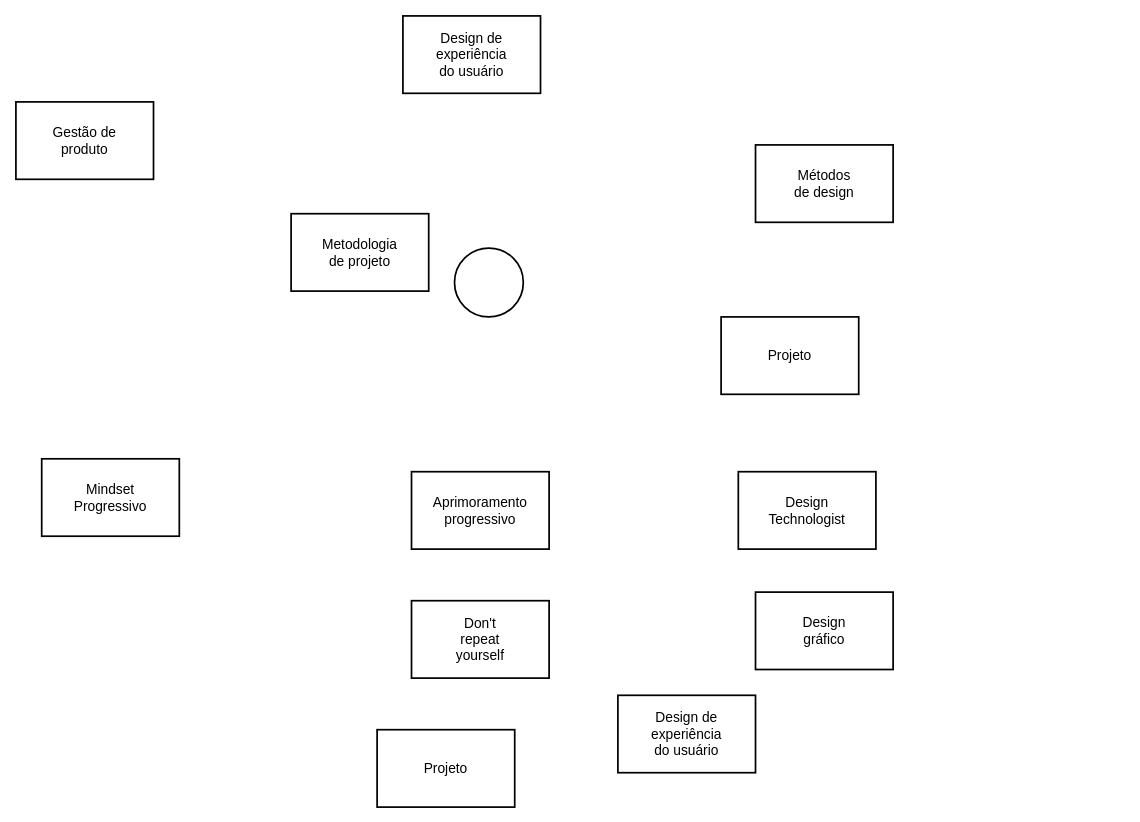
pegandoasmanhas/pam keeps this draw.io diagram as page "Page-16" (12 of 13) of src/pam.drawio. Above is the earlier version. Source tidied: cells renumbered, new cells numbered last; positions are measured from the earlier drawing's top-left corner, leaving out a move shared by most shapes. Both pictures are drawn from the tidied source at 86%, with x=0, y=0 at pixel (15, 15).
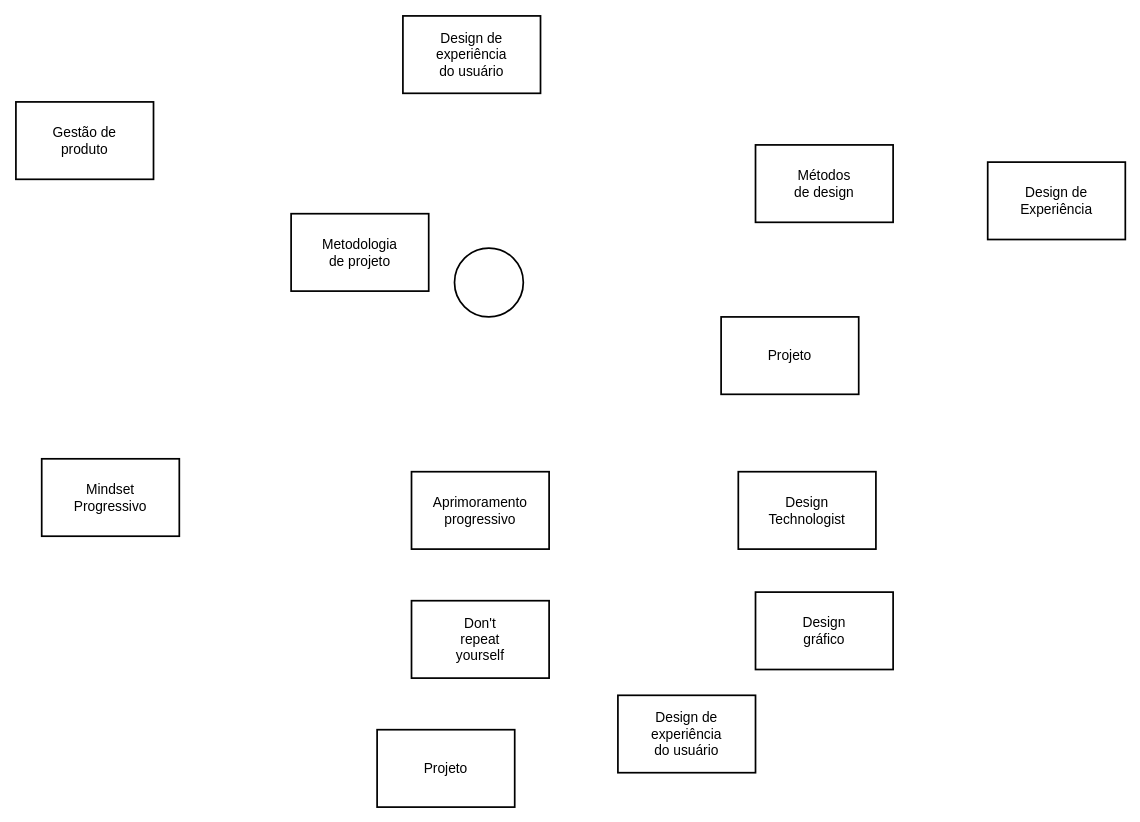
After the change.

Change to the diagram source:
```diff
@@
 <mxGraphModel>
   <root>
     <mxCell id="0" />
     <mxCell id="1" parent="0" />
     <mxCell id="2" style="ellipse;whiteSpace=wrap;html=1;strokeWidth=2;" parent="1" vertex="1">
       <mxGeometry x="510" y="270" width="80" height="80" as="geometry" />
     </mxCell>
     <mxCell id="3" value="Design Technologist" style="rounded=0;whiteSpace=wrap;html=1;strokeWidth=2;fontSize=16;spacing=20;spacingTop=20;spacingLeft=20;spacingRight=20;verticalAlign=middle;spacingBottom=20;align=center;" parent="1" vertex="1">
       <mxGeometry x="840" y="530" width="160" height="90" as="geometry" />
     </mxCell>
     <mxCell id="4" value="Mindset Progressivo" style="rounded=0;whiteSpace=wrap;html=1;strokeWidth=2;fontSize=16;spacing=20;spacingTop=20;spacingLeft=20;spacingRight=20;verticalAlign=middle;spacingBottom=20;align=center;" parent="1" vertex="1">
       <mxGeometry x="30" y="515" width="160" height="90" as="geometry" />
     </mxCell>
     <mxCell id="5" value="Aprimoramento progressivo" style="rounded=0;whiteSpace=wrap;html=1;strokeWidth=2;fontSize=16;spacing=20;spacingTop=20;spacingLeft=20;spacingRight=20;verticalAlign=middle;spacingBottom=20;align=center;" parent="1" vertex="1">
       <mxGeometry x="460" y="530" width="160" height="90" as="geometry" />
     </mxCell>
     <mxCell id="6" value="Don't repeat yourself" style="rounded=0;whiteSpace=wrap;html=1;strokeWidth=2;fontSize=16;spacing=20;spacingTop=20;spacingLeft=20;spacingRight=20;verticalAlign=middle;spacingBottom=20;align=center;" parent="1" vertex="1">
       <mxGeometry x="460" y="680" width="160" height="90" as="geometry" />
     </mxCell>
     <mxCell id="7" value="Design gráfico" style="rounded=0;whiteSpace=wrap;html=1;strokeWidth=2;fontSize=16;spacing=20;spacingTop=20;spacingLeft=20;spacingRight=20;verticalAlign=middle;spacingBottom=20;align=center;" parent="1" vertex="1">
       <mxGeometry x="860" y="670" width="160" height="90" as="geometry" />
     </mxCell>
     <mxCell id="8" value="Projeto" style="rounded=0;whiteSpace=wrap;html=1;strokeWidth=2;fontSize=16;spacing=20;spacingTop=20;spacingLeft=20;spacingRight=20;verticalAlign=middle;spacingBottom=20;align=center;" parent="1" vertex="1">
       <mxGeometry x="820" y="350" width="160" height="90" as="geometry" />
     </mxCell>
     <mxCell id="9" value="Métodos de design" style="rounded=0;whiteSpace=wrap;html=1;strokeWidth=2;fontSize=16;spacing=20;spacingTop=20;spacingLeft=20;spacingRight=20;verticalAlign=middle;spacingBottom=20;align=center;" parent="1" vertex="1">
       <mxGeometry x="860" y="150" width="160" height="90" as="geometry" />
     </mxCell>
     <mxCell id="10" value="Design de experiência do usuário" style="rounded=0;whiteSpace=wrap;html=1;strokeWidth=2;fontSize=16;spacing=20;spacingTop=20;spacingLeft=20;spacingRight=20;verticalAlign=middle;spacingBottom=20;align=center;" parent="1" vertex="1">
       <mxGeometry x="450" width="160" height="90" as="geometry" />
     </mxCell>
     <mxCell id="11" value="Metodologia de projeto" style="rounded=0;whiteSpace=wrap;html=1;strokeWidth=2;fontSize=16;spacing=20;spacingTop=20;spacingLeft=20;spacingRight=20;verticalAlign=middle;spacingBottom=20;align=center;" parent="1" vertex="1">
       <mxGeometry x="320" y="230" width="160" height="90" as="geometry" />
     </mxCell>
     <mxCell id="12" value="Gestão de produto" style="rounded=0;whiteSpace=wrap;html=1;strokeWidth=2;fontSize=16;spacing=20;spacingTop=20;spacingLeft=20;spacingRight=20;verticalAlign=middle;spacingBottom=20;align=center;" parent="1" vertex="1">
       <mxGeometry y="100" width="160" height="90" as="geometry" />
     </mxCell>
     <mxCell id="13" value="&lt;div&gt;Design de experiência do usuário&lt;/div&gt;" style="rounded=0;whiteSpace=wrap;html=1;strokeWidth=2;fontSize=16;spacing=20;spacingTop=20;spacingLeft=20;spacingRight=20;verticalAlign=middle;spacingBottom=20;align=center;" parent="1" vertex="1">
       <mxGeometry x="700" y="790" width="160" height="90" as="geometry" />
     </mxCell>
     <mxCell id="14" value="Projeto" style="rounded=0;whiteSpace=wrap;html=1;strokeWidth=2;fontSize=16;spacing=20;spacingTop=20;spacingLeft=20;spacingRight=20;verticalAlign=middle;spacingBottom=20;align=center;" parent="1" vertex="1">
       <mxGeometry x="420" y="830" width="160" height="90" as="geometry" />
     </mxCell>
+    <mxCell id="15" value="Design de Experiência" style="rounded=0;whiteSpace=wrap;html=1;strokeWidth=2;fontSize=16;spacing=20;spacingTop=20;spacingLeft=20;spacingRight=20;verticalAlign=middle;spacingBottom=20;align=center;" parent="1" vertex="1">
+      <mxGeometry x="1130" y="170" width="160" height="90" as="geometry" />
+    </mxCell>
   </root>
 </mxGraphModel>
```
